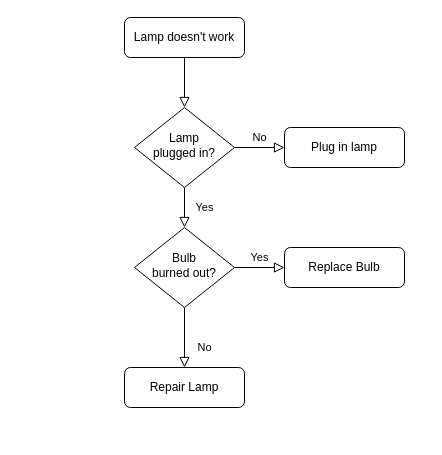
Before: Day 9  - Dictionaries, Nesting and the Secret Auction/Silent Auction Flowchart.drawio in Dotrako/100-Days-of-Code, a draw.io diagram. Source tidied: cells renumbered, new cells numbered last; positions are measured from the earlier drawing's top-left corner, leaving out a move shared by most shapes. Both pictures are drawn from the tidied source at 100%, with x=0, y=0 at pixel (124, 17).
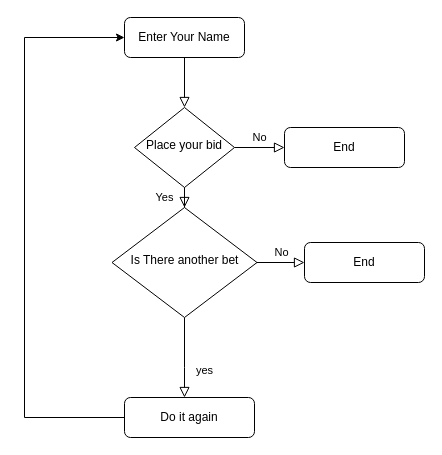
The same page after the edit.

The edit, as a diff of the source:
```diff
@@
 <mxGraphModel>
   <root>
     <mxCell id="0" />
     <mxCell id="1" parent="0" />
     <mxCell id="2" style="rounded=0;html=1;jettySize=auto;fontSize=11;endArrow=block;endFill=0;endSize=8;strokeWidth=1;shadow=0;labelBackgroundColor=none;edgeStyle=orthogonalEdgeStyle;" parent="1" edge="1" source="3" target="6">
       <mxGeometry relative="1" as="geometry" />
     </mxCell>
-    <mxCell id="3" value="Lamp doesn't work" style="rounded=1;whiteSpace=wrap;html=1;fontSize=12;glass=0;strokeWidth=1;shadow=0;" parent="1" vertex="1">
+    <mxCell id="3" value="Enter Your Name" style="rounded=1;whiteSpace=wrap;html=1;fontSize=12;glass=0;strokeWidth=1;shadow=0;" parent="1" vertex="1">
       <mxGeometry width="120" height="40" as="geometry" />
     </mxCell>
     <mxCell id="4" value="Yes" style="rounded=0;html=1;jettySize=auto;fontSize=11;endArrow=block;endFill=0;endSize=8;strokeWidth=1;shadow=0;labelBackgroundColor=none;edgeStyle=orthogonalEdgeStyle;" parent="1" edge="1" source="6" target="10">
       <mxGeometry y="20" relative="1" as="geometry" />
     </mxCell>
     <mxCell id="5" value="No" style="edgeStyle=orthogonalEdgeStyle;rounded=0;html=1;jettySize=auto;fontSize=11;endArrow=block;endFill=0;endSize=8;strokeWidth=1;shadow=0;labelBackgroundColor=none;" parent="1" edge="1" source="6" target="7">
       <mxGeometry y="10" relative="1" as="geometry" />
     </mxCell>
-    <mxCell id="6" value="Lamp&lt;br&gt;plugged in?" style="rhombus;whiteSpace=wrap;html=1;shadow=0;fontFamily=Helvetica;fontSize=12;align=center;strokeWidth=1;spacing=6;spacingTop=-4;" parent="1" vertex="1">
+    <mxCell id="6" value="Place your bid" style="rhombus;whiteSpace=wrap;html=1;shadow=0;fontFamily=Helvetica;fontSize=12;align=center;strokeWidth=1;spacing=6;spacingTop=-4;" parent="1" vertex="1">
       <mxGeometry x="10" y="90" width="100" height="80" as="geometry" />
     </mxCell>
-    <mxCell id="7" value="Plug in lamp" style="rounded=1;whiteSpace=wrap;html=1;fontSize=12;glass=0;strokeWidth=1;shadow=0;" parent="1" vertex="1">
+    <mxCell id="7" value="End" style="rounded=1;whiteSpace=wrap;html=1;fontSize=12;glass=0;strokeWidth=1;shadow=0;" parent="1" vertex="1">
       <mxGeometry x="160" y="110" width="120" height="40" as="geometry" />
     </mxCell>
-    <mxCell id="8" value="No" style="rounded=0;html=1;jettySize=auto;fontSize=11;endArrow=block;endFill=0;endSize=8;strokeWidth=1;shadow=0;labelBackgroundColor=none;edgeStyle=orthogonalEdgeStyle;" parent="1" edge="1" source="10" target="11">
-      <mxGeometry x="0.33" y="20" relative="1" as="geometry" />
+    <mxCell id="8" value="yes" style="rounded=0;html=1;jettySize=auto;fontSize=11;endArrow=block;endFill=0;endSize=8;strokeWidth=1;shadow=0;labelBackgroundColor=none;edgeStyle=orthogonalEdgeStyle;" parent="1" edge="1" source="10" target="11">
+      <mxGeometry x="0.33" y="20" relative="1" as="geometry">
+        <Array as="points">
+          <mxPoint x="60" y="350" />
+          <mxPoint x="60" y="350" />
+        </Array>
+      </mxGeometry>
     </mxCell>
-    <mxCell id="9" value="Yes" style="edgeStyle=orthogonalEdgeStyle;rounded=0;html=1;jettySize=auto;fontSize=11;endArrow=block;endFill=0;endSize=8;strokeWidth=1;shadow=0;labelBackgroundColor=none;" parent="1" edge="1" source="10" target="12">
+    <mxCell id="9" value="No" style="edgeStyle=orthogonalEdgeStyle;rounded=0;html=1;jettySize=auto;fontSize=11;endArrow=block;endFill=0;endSize=8;strokeWidth=1;shadow=0;labelBackgroundColor=none;" parent="1" edge="1" source="10" target="12">
       <mxGeometry y="10" relative="1" as="geometry" />
     </mxCell>
-    <mxCell id="10" value="Bulb&lt;br&gt;burned out?" style="rhombus;whiteSpace=wrap;html=1;shadow=0;fontFamily=Helvetica;fontSize=12;align=center;strokeWidth=1;spacing=6;spacingTop=-4;" parent="1" vertex="1">
-      <mxGeometry x="10" y="210" width="100" height="80" as="geometry" />
+    <mxCell id="10" value="Is There another bet" style="rhombus;whiteSpace=wrap;html=1;shadow=0;fontFamily=Helvetica;fontSize=12;align=center;strokeWidth=1;spacing=6;spacingTop=-4;" parent="1" vertex="1">
+      <mxGeometry x="-12.5" y="190" width="145" height="110" as="geometry" />
     </mxCell>
+    <mxCell id="13" style="edgeStyle=orthogonalEdgeStyle;rounded=0;jettySize=auto;html=1;exitX=0;exitY=0.5;exitDx=0;exitDy=0;" parent="1" edge="1" source="11">
+      <mxGeometry relative="1" as="geometry">
+        <mxPoint y="20" as="targetPoint" />
+        <Array as="points">
+          <mxPoint x="-100" y="400" />
+          <mxPoint x="-100" y="20" />
+        </Array>
+      </mxGeometry>
+    </mxCell>
-    <mxCell id="11" value="Repair Lamp" style="rounded=1;whiteSpace=wrap;html=1;fontSize=12;glass=0;strokeWidth=1;shadow=0;" parent="1" vertex="1">
-      <mxGeometry y="350" width="120" height="40" as="geometry" />
+    <mxCell id="11" value="Do it again" style="rounded=1;whiteSpace=wrap;html=1;fontSize=12;glass=0;strokeWidth=1;shadow=0;" parent="1" vertex="1">
+      <mxGeometry y="380" width="130" height="40" as="geometry" />
     </mxCell>
-    <mxCell id="12" value="Replace Bulb" style="rounded=1;whiteSpace=wrap;html=1;fontSize=12;glass=0;strokeWidth=1;shadow=0;" parent="1" vertex="1">
-      <mxGeometry x="160" y="230" width="120" height="40" as="geometry" />
+    <mxCell id="12" value="End" style="rounded=1;whiteSpace=wrap;html=1;fontSize=12;glass=0;strokeWidth=1;shadow=0;" parent="1" vertex="1">
+      <mxGeometry x="180" y="225" width="120" height="40" as="geometry" />
     </mxCell>
   </root>
 </mxGraphModel>
```
